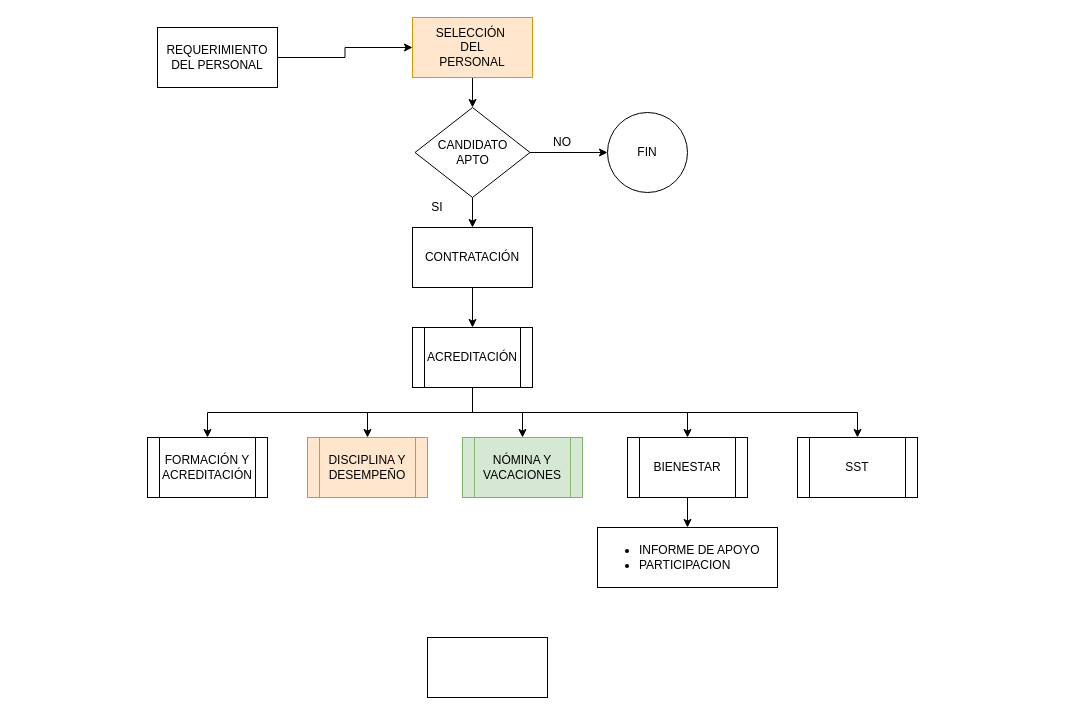
Before: Untitled Diagram.drawio in SeguridadOmega/diagrams, a draw.io diagram. Source tidied: cells renumbered, new cells numbered last; positions are measured from the earlier drawing's top-left corner, leaving out a move shared by most shapes. Both pictures are drawn from the tidied source at 100%, with x=0, y=0 at pixel (147, 17).
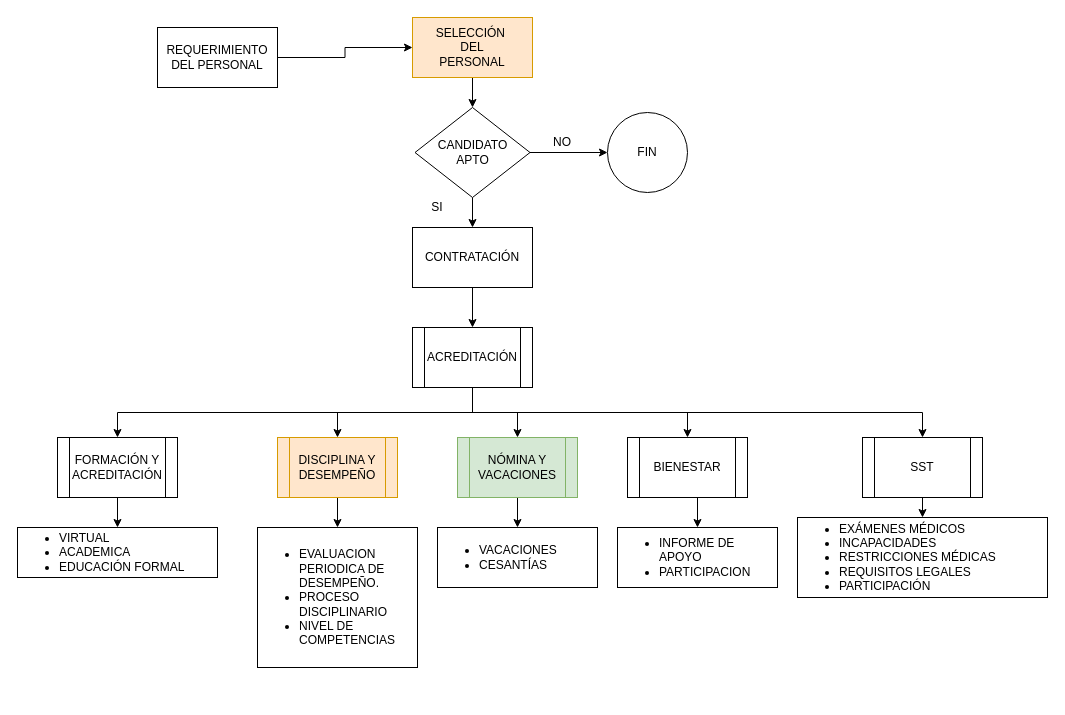
The same diagram, later.

What changed in the source:
```diff
@@
+    <mxCell id="28" style="edgeStyle=orthogonalEdgeStyle;rounded=0;jettySize=auto;html=1;exitX=0.5;exitY=1;exitDx=0;exitDy=0;entryX=0.5;entryY=0;entryDx=0;entryDy=0;" parent="1" edge="1" source="20" target="32">
+      <mxGeometry relative="1" as="geometry" />
+    </mxCell>
     <mxCell id="20" value="NÓMINA Y VACACIONES" style="shape=process;whiteSpace=wrap;html=1;backgroundOutline=1;fillColor=#d5e8d4;strokeColor=#82b366;" parent="1" vertex="1">
-      <mxGeometry x="315" y="420" width="120" height="60" as="geometry" />
+      <mxGeometry x="310" y="420" width="120" height="60" as="geometry" />
     </mxCell>
+    <mxCell id="29" style="edgeStyle=orthogonalEdgeStyle;rounded=0;jettySize=auto;html=1;exitX=0.5;exitY=1;exitDx=0;exitDy=0;entryX=0.5;entryY=0;entryDx=0;entryDy=0;" parent="1" edge="1" source="21" target="33">
+      <mxGeometry relative="1" as="geometry" />
+    </mxCell>
     <mxCell id="21" value="DISCIPLINA Y DESEMPEÑO" style="shape=process;whiteSpace=wrap;html=1;backgroundOutline=1;fillColor=#ffe6cc;strokeColor=#d79b00;" parent="1" vertex="1">
-      <mxGeometry x="160" y="420" width="120" height="60" as="geometry" />
+      <mxGeometry x="130" y="420" width="120" height="60" as="geometry" />
     </mxCell>
@@
+    <mxCell id="30" style="edgeStyle=orthogonalEdgeStyle;rounded=0;jettySize=auto;html=1;exitX=0.5;exitY=1;exitDx=0;exitDy=0;entryX=0.5;entryY=0;entryDx=0;entryDy=0;" parent="1" edge="1" source="24" target="26">
+      <mxGeometry relative="1" as="geometry" />
+    </mxCell>
     <mxCell id="24" value="SST" style="shape=process;whiteSpace=wrap;html=1;backgroundOutline=1;" parent="1" vertex="1">
-      <mxGeometry x="650" y="420" width="120" height="60" as="geometry" />
+      <mxGeometry x="715" y="420" width="120" height="60" as="geometry" />
     </mxCell>
+    <mxCell id="31" style="edgeStyle=orthogonalEdgeStyle;rounded=0;jettySize=auto;html=1;exitX=0.5;exitY=1;exitDx=0;exitDy=0;entryX=0.5;entryY=0;entryDx=0;entryDy=0;" parent="1" edge="1" source="25" target="34">
+      <mxGeometry relative="1" as="geometry" />
+    </mxCell>
     <mxCell id="25" value="FORMACIÓN Y ACREDITACIÓN" style="shape=process;whiteSpace=wrap;html=1;backgroundOutline=1;" parent="1" vertex="1">
-      <mxGeometry y="420" width="120" height="60" as="geometry" />
+      <mxGeometry x="-90" y="420" width="120" height="60" as="geometry" />
     </mxCell>
-    <mxCell id="26" style="rounded=0;whiteSpace=wrap;html=1;" parent="1" vertex="1">
-      <mxGeometry x="280" y="620" width="120" height="60" as="geometry" />
+    <mxCell id="26" value="&lt;ul&gt;&lt;li&gt;EXÁMENES MÉDICOS&lt;/li&gt;&lt;li&gt;INCAPACIDADES&lt;/li&gt;&lt;li&gt;RESTRICCIONES MÉDICAS&lt;/li&gt;&lt;li&gt;REQUISITOS LEGALES&lt;/li&gt;&lt;li&gt;PARTICIPACIÓN&lt;/li&gt;&lt;/ul&gt;" style="rounded=0;whiteSpace=wrap;html=1;align=left;" parent="1" vertex="1">
+      <mxGeometry x="650" y="500" width="250" height="80" as="geometry" />
     </mxCell>
     <mxCell id="27" value="&lt;ul&gt;&lt;li&gt;INFORME DE APOYO&lt;/li&gt;&lt;li&gt;PARTICIPACION&lt;/li&gt;&lt;/ul&gt;" style="rounded=0;whiteSpace=wrap;html=1;align=left;" parent="1" vertex="1">
-      <mxGeometry x="450" y="510" width="180" height="60" as="geometry" />
+      <mxGeometry x="470" y="510" width="160" height="60" as="geometry" />
     </mxCell>
+    <mxCell id="32" value="&lt;ul&gt;&lt;li&gt;VACACIONES&lt;/li&gt;&lt;li&gt;CESANTÍAS&lt;/li&gt;&lt;/ul&gt;" style="rounded=0;whiteSpace=wrap;html=1;align=left;" parent="1" vertex="1">
+      <mxGeometry x="290" y="510" width="160" height="60" as="geometry" />
+    </mxCell>
+    <mxCell id="33" value="&lt;ul&gt;&lt;li&gt;EVALUACION PERIODICA DE DESEMPEÑO.&lt;/li&gt;&lt;li&gt;PROCESO DISCIPLINARIO&lt;/li&gt;&lt;li&gt;NIVEL DE COMPETENCIAS&lt;/li&gt;&lt;/ul&gt;" style="rounded=0;whiteSpace=wrap;html=1;align=left;" parent="1" vertex="1">
+      <mxGeometry x="110" y="510" width="160" height="140" as="geometry" />
+    </mxCell>
+    <mxCell id="34" value="&lt;ul&gt;&lt;li&gt;VIRTUAL&lt;/li&gt;&lt;li&gt;ACADEMICA&lt;/li&gt;&lt;li&gt;EDUCACIÓN FORMAL&lt;/li&gt;&lt;/ul&gt;" style="rounded=0;whiteSpace=wrap;html=1;align=left;" parent="1" vertex="1">
+      <mxGeometry x="-130" y="510" width="200" height="50" as="geometry" />
+    </mxCell>
```
